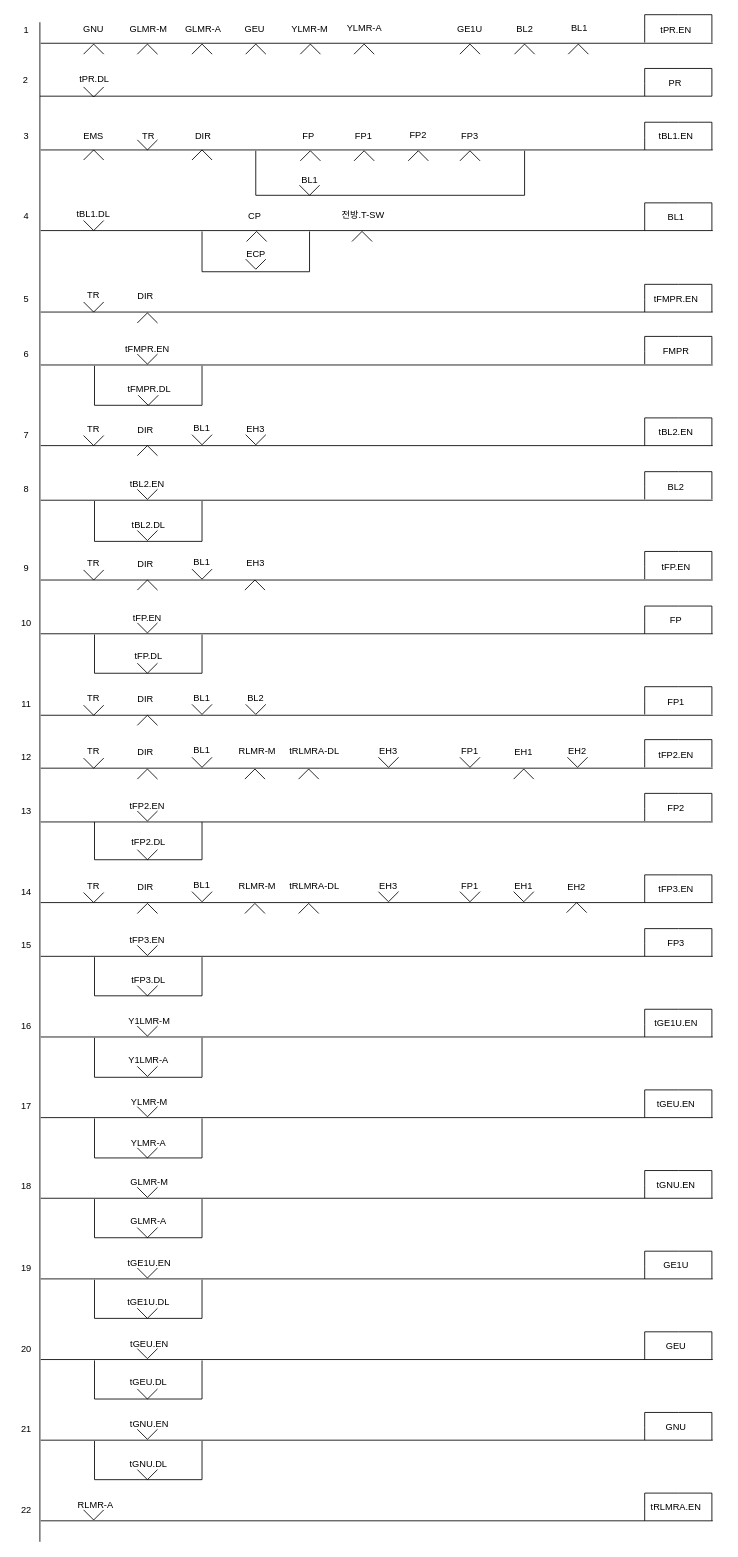
Above: page "신호제어로직" (1 of 6) of Untitled Diagram.drawio in chillin2/MyDraw.io (draw.io), before the change. Source tidied: cells renumbered, new cells numbered last; positions are measured from the earlier drawing's top-left corner, leaving out a move shared by most shapes. Both pictures are drawn from the tidied source at 84%, with x=0, y=0 at pixel (14, 14).
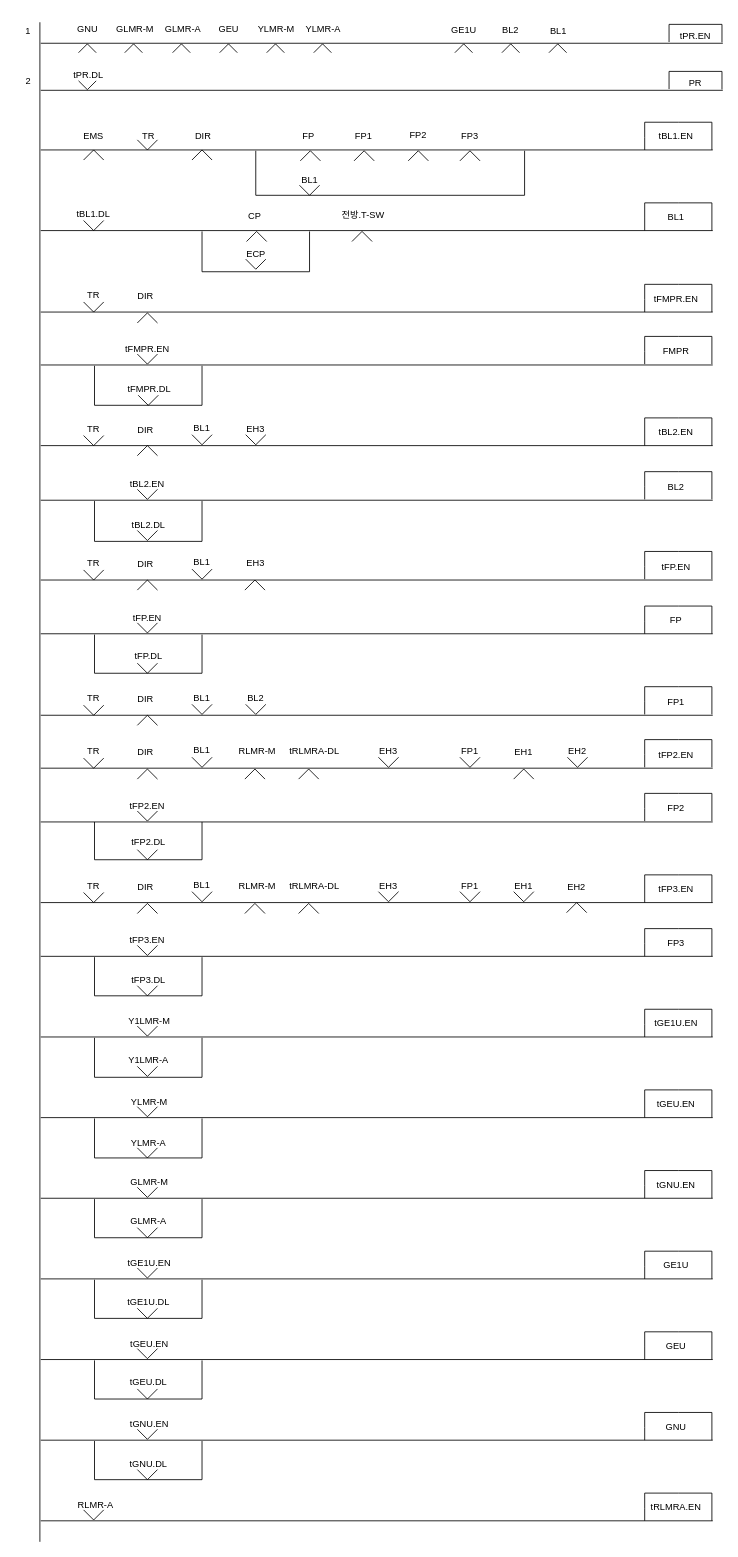
The same page after the edit.

Diff of the diagram source:
```diff
@@
     <mxCell id="2" style="endArrow=none;html=1;rounded=0;" parent="1" edge="1">
       <mxGeometry relative="1" as="geometry">
         <mxPoint x="31" y="34" as="sourcePoint" />
-        <mxPoint x="831" y="34" as="targetPoint" />
+        <mxPoint x="843" y="34" as="targetPoint" />
       </mxGeometry>
     </mxCell>
     <mxCell id="3" value="GNU" style="text;html=1;strokeColor=none;fillColor=none;align=center;verticalAlign=middle;whiteSpace=wrap;rounded=0;fontFamily=Helvetica;fontSize=11;fontColor=default;" parent="1" vertex="1">
-      <mxGeometry x="74" y="7" width="40" height="20" as="geometry" />
+      <mxGeometry x="67" y="10" width="40" height="14" as="geometry" />
     </mxCell>
-    <mxCell id="4" style="endArrow=none;html=1;rounded=0;labelBackgroundColor=default;fontFamily=Helvetica;fontSize=11;fontColor=default;startSize=3;endSize=3;sourcePerimeterSpacing=0;strokeColor=default;shape=connector;jumpStyle=none;jumpSize=6;" parent="1" edge="1">
-      <mxGeometry relative="1" as="geometry">
-        <mxPoint x="750" y="33" as="sourcePoint" />
-        <mxPoint x="830" y="33" as="targetPoint" />
-        <Array as="points">
-          <mxPoint x="750" y="18" />
-          <mxPoint x="750" />
-          <mxPoint x="790" />
-          <mxPoint x="830" />
-        </Array>
-      </mxGeometry>
-    </mxCell>
@@
-    <mxCell id="6" style="verticalLabelPosition=bottom;html=1;verticalAlign=top;align=center;shape=mxgraph.floorplan.windowBow;strokeWidth=1;direction=west;" parent="1" vertex="1">
-      <mxGeometry x="82" y="17" width="24" height="48" as="geometry" />
-    </mxCell>
     <mxCell id="7" value="GLMR-M" style="text;html=1;strokeColor=none;fillColor=none;align=center;verticalAlign=middle;whiteSpace=wrap;rounded=0;fontFamily=Helvetica;fontSize=11;fontColor=default;" parent="1" vertex="1">
-      <mxGeometry x="136" y="7" width="47" height="20" as="geometry" />
+      <mxGeometry x="120" y="10" width="47" height="14" as="geometry" />
     </mxCell>
-    <mxCell id="8" style="verticalLabelPosition=bottom;html=1;verticalAlign=top;align=center;shape=mxgraph.floorplan.windowBow;strokeWidth=1;direction=west;" parent="1" vertex="1">
-      <mxGeometry x="146" y="17" width="24" height="48" as="geometry" />
-    </mxCell>
-    <mxCell id="9" style="verticalLabelPosition=bottom;html=1;verticalAlign=top;align=center;shape=mxgraph.floorplan.windowBow;strokeWidth=1;direction=west;" parent="1" vertex="1">
-      <mxGeometry x="211" y="17" width="24" height="48" as="geometry" />
-    </mxCell>
-    <mxCell id="10" style="verticalLabelPosition=bottom;html=1;verticalAlign=top;align=center;shape=mxgraph.floorplan.windowBow;strokeWidth=1;direction=west;" parent="1" vertex="1">
-      <mxGeometry x="275" y="17" width="24" height="48" as="geometry" />
-    </mxCell>
-    <mxCell id="11" style="verticalLabelPosition=bottom;html=1;verticalAlign=top;align=center;shape=mxgraph.floorplan.windowBow;strokeWidth=1;direction=west;" parent="1" vertex="1">
-      <mxGeometry x="340" y="17" width="24" height="48" as="geometry" />
-    </mxCell>
-    <mxCell id="12" style="verticalLabelPosition=bottom;html=1;verticalAlign=top;align=center;shape=mxgraph.floorplan.windowBow;strokeWidth=1;direction=west;" parent="1" vertex="1">
-      <mxGeometry x="404" y="17" width="24" height="48" as="geometry" />
-    </mxCell>
-    <mxCell id="13" style="verticalLabelPosition=bottom;html=1;verticalAlign=top;align=center;shape=mxgraph.floorplan.windowBow;strokeWidth=1;direction=west;" parent="1" vertex="1">
-      <mxGeometry x="530" y="17" width="24" height="48" as="geometry" />
-    </mxCell>
-    <mxCell id="14" style="verticalLabelPosition=bottom;html=1;verticalAlign=top;align=center;shape=mxgraph.floorplan.windowBow;strokeWidth=1;direction=west;" parent="1" vertex="1">
-      <mxGeometry x="595" y="17" width="24" height="48" as="geometry" />
-    </mxCell>
-    <mxCell id="15" style="verticalLabelPosition=bottom;html=1;verticalAlign=top;align=center;shape=mxgraph.floorplan.windowBow;strokeWidth=1;direction=west;" parent="1" vertex="1">
-      <mxGeometry x="659" y="17" width="24" height="48" as="geometry" />
-    </mxCell>
     <mxCell id="16" value="GLMR-A" style="text;html=1;strokeColor=none;fillColor=none;align=center;verticalAlign=middle;whiteSpace=wrap;rounded=0;fontFamily=Helvetica;fontSize=11;fontColor=default;" parent="1" vertex="1">
-      <mxGeometry x="201" y="7" width="47" height="20" as="geometry" />
+      <mxGeometry x="177" y="10" width="47" height="14" as="geometry" />
     </mxCell>
     <mxCell id="17" value="GEU" style="text;html=1;strokeColor=none;fillColor=none;align=center;verticalAlign=middle;whiteSpace=wrap;rounded=0;fontFamily=Helvetica;fontSize=11;fontColor=default;" parent="1" vertex="1">
-      <mxGeometry x="266" y="7" width="40" height="20" as="geometry" />
+      <mxGeometry x="235" y="10" width="40" height="14" as="geometry" />
     </mxCell>
     <mxCell id="18" value="YLMR-M" style="text;html=1;strokeColor=none;fillColor=none;align=center;verticalAlign=middle;whiteSpace=wrap;rounded=0;fontFamily=Helvetica;fontSize=11;fontColor=default;" parent="1" vertex="1">
-      <mxGeometry x="328" y="7" width="47" height="20" as="geometry" />
+      <mxGeometry x="288" y="10" width="47" height="14" as="geometry" />
     </mxCell>
     <mxCell id="19" value="YLMR-A" style="text;html=1;strokeColor=none;fillColor=none;align=center;verticalAlign=middle;whiteSpace=wrap;rounded=0;fontFamily=Helvetica;fontSize=11;fontColor=default;" parent="1" vertex="1">
-      <mxGeometry x="393" y="6" width="47" height="20" as="geometry" />
+      <mxGeometry x="344" y="9" width="47" height="15" as="geometry" />
     </mxCell>
     <mxCell id="20" value="GE1U" style="text;html=1;strokeColor=none;fillColor=none;align=center;verticalAlign=middle;whiteSpace=wrap;rounded=0;fontFamily=Helvetica;fontSize=11;fontColor=default;" parent="1" vertex="1">
-      <mxGeometry x="522" y="7" width="40" height="20" as="geometry" />
+      <mxGeometry x="515" y="11" width="40" height="14" as="geometry" />
     </mxCell>
     <mxCell id="21" value="BL2" style="text;html=1;strokeColor=none;fillColor=none;align=center;verticalAlign=middle;whiteSpace=wrap;rounded=0;fontFamily=Helvetica;fontSize=11;fontColor=default;" parent="1" vertex="1">
-      <mxGeometry x="584" y="7" width="47" height="20" as="geometry" />
+      <mxGeometry x="567" y="11" width="47" height="14" as="geometry" />
     </mxCell>
     <mxCell id="22" value="BL1" style="text;html=1;strokeColor=none;fillColor=none;align=center;verticalAlign=middle;whiteSpace=wrap;rounded=0;fontFamily=Helvetica;fontSize=11;fontColor=default;" parent="1" vertex="1">
-      <mxGeometry x="649" y="6" width="47" height="20" as="geometry" />
+      <mxGeometry x="624" y="11" width="47" height="15" as="geometry" />
     </mxCell>
     <mxCell id="23" value="tPR.EN" style="text;html=1;strokeColor=none;fillColor=none;align=center;verticalAlign=middle;whiteSpace=wrap;rounded=0;fontFamily=Helvetica;fontSize=11;fontColor=default;" parent="1" vertex="1">
-      <mxGeometry x="764" y="8" width="47" height="20" as="geometry" />
+      <mxGeometry x="787" y="18" width="47" height="14" as="geometry" />
     </mxCell>
-    <mxCell id="24" style="endArrow=none;html=1;rounded=0;" parent="1" edge="1">
-      <mxGeometry relative="1" as="geometry">
-        <mxPoint x="30" y="97" as="sourcePoint" />
-        <mxPoint x="830" y="97" as="targetPoint" />
-      </mxGeometry>
-    </mxCell>
     <mxCell id="25" value="tPR.DL" style="text;html=1;strokeColor=none;fillColor=none;align=center;verticalAlign=middle;whiteSpace=wrap;rounded=0;fontFamily=Helvetica;fontSize=11;fontColor=default;" parent="1" vertex="1">
-      <mxGeometry x="75" y="67" width="40" height="20" as="geometry" />
+      <mxGeometry x="68" y="66" width="40" height="11" as="geometry" />
     </mxCell>
-    <mxCell id="26" style="endArrow=none;html=1;rounded=0;labelBackgroundColor=default;fontFamily=Helvetica;fontSize=11;fontColor=default;startSize=3;endSize=3;sourcePerimeterSpacing=0;strokeColor=default;shape=connector;jumpStyle=none;jumpSize=6;" parent="1" edge="1">
-      <mxGeometry relative="1" as="geometry">
-        <mxPoint x="750" y="97" as="sourcePoint" />
-        <mxPoint x="830" y="97" as="targetPoint" />
-        <Array as="points">
-          <mxPoint x="750" y="82" />
-          <mxPoint x="750" y="64" />
-          <mxPoint x="792" y="64" />
-          <mxPoint x="830" y="64" />
-        </Array>
-      </mxGeometry>
-    </mxCell>
-    <mxCell id="27" style="verticalLabelPosition=bottom;html=1;verticalAlign=top;align=center;shape=mxgraph.floorplan.windowBow;strokeWidth=1;direction=east;" parent="1" vertex="1">
-      <mxGeometry x="82" y="68" width="24" height="48" as="geometry" />
-    </mxCell>
     <mxCell id="28" value="PR" style="text;html=1;strokeColor=none;fillColor=none;align=center;verticalAlign=middle;whiteSpace=wrap;rounded=0;fontFamily=Helvetica;fontSize=11;fontColor=default;" parent="1" vertex="1">
-      <mxGeometry x="763" y="71" width="47" height="20" as="geometry" />
+      <mxGeometry x="787" y="74" width="47" height="13" as="geometry" />
     </mxCell>
@@
     <mxCell id="236" value="1" style="text;html=1;strokeColor=none;fillColor=none;align=center;verticalAlign=middle;whiteSpace=wrap;rounded=0;fontFamily=Helvetica;fontSize=11;fontColor=default;" parent="1" vertex="1">
-      <mxGeometry x="1" y="8" width="26" height="20" as="geometry" />
+      <mxGeometry x="6" y="10" width="20" height="20" as="geometry" />
     </mxCell>
     <mxCell id="237" value="2" style="text;html=1;strokeColor=none;fillColor=none;align=center;verticalAlign=middle;whiteSpace=wrap;rounded=0;fontFamily=Helvetica;fontSize=11;fontColor=default;" parent="1" vertex="1">
-      <mxGeometry y="68" width="26" height="20" as="geometry" />
+      <mxGeometry x="6" y="71" width="21" height="16" as="geometry" />
     </mxCell>
-    <mxCell id="238" value="3" style="text;html=1;strokeColor=none;fillColor=none;align=center;verticalAlign=middle;whiteSpace=wrap;rounded=0;fontFamily=Helvetica;fontSize=11;fontColor=default;" parent="1" vertex="1">
-      <mxGeometry x="1" y="134" width="26" height="20" as="geometry" />
-    </mxCell>
-    <mxCell id="239" value="4" style="text;html=1;strokeColor=none;fillColor=none;align=center;verticalAlign=middle;whiteSpace=wrap;rounded=0;fontFamily=Helvetica;fontSize=11;fontColor=default;" parent="1" vertex="1">
-      <mxGeometry x="1" y="230" width="26" height="20" as="geometry" />
-    </mxCell>
-    <mxCell id="240" value="5" style="text;html=1;strokeColor=none;fillColor=none;align=center;verticalAlign=middle;whiteSpace=wrap;rounded=0;fontFamily=Helvetica;fontSize=11;fontColor=default;" parent="1" vertex="1">
-      <mxGeometry x="1" y="328" width="26" height="20" as="geometry" />
-    </mxCell>
-    <mxCell id="241" value="6" style="text;html=1;strokeColor=none;fillColor=none;align=center;verticalAlign=middle;whiteSpace=wrap;rounded=0;fontFamily=Helvetica;fontSize=11;fontColor=default;" parent="1" vertex="1">
-      <mxGeometry x="1" y="394" width="26" height="20" as="geometry" />
-    </mxCell>
-    <mxCell id="242" value="7" style="text;html=1;strokeColor=none;fillColor=none;align=center;verticalAlign=middle;whiteSpace=wrap;rounded=0;fontFamily=Helvetica;fontSize=11;fontColor=default;" parent="1" vertex="1">
-      <mxGeometry x="1" y="490" width="26" height="20" as="geometry" />
-    </mxCell>
-    <mxCell id="243" value="8" style="text;html=1;strokeColor=none;fillColor=none;align=center;verticalAlign=middle;whiteSpace=wrap;rounded=0;fontFamily=Helvetica;fontSize=11;fontColor=default;" parent="1" vertex="1">
-      <mxGeometry x="1" y="555" width="26" height="20" as="geometry" />
-    </mxCell>
-    <mxCell id="244" value="9" style="text;html=1;strokeColor=none;fillColor=none;align=center;verticalAlign=middle;whiteSpace=wrap;rounded=0;fontFamily=Helvetica;fontSize=11;fontColor=default;" parent="1" vertex="1">
-      <mxGeometry x="1" y="649" width="26" height="20" as="geometry" />
-    </mxCell>
-    <mxCell id="245" value="10" style="text;html=1;strokeColor=none;fillColor=none;align=center;verticalAlign=middle;whiteSpace=wrap;rounded=0;fontFamily=Helvetica;fontSize=11;fontColor=default;" parent="1" vertex="1">
-      <mxGeometry x="1" y="714" width="26" height="20" as="geometry" />
-    </mxCell>
-    <mxCell id="246" value="11" style="text;html=1;strokeColor=none;fillColor=none;align=center;verticalAlign=middle;whiteSpace=wrap;rounded=0;fontFamily=Helvetica;fontSize=11;fontColor=default;" parent="1" vertex="1">
-      <mxGeometry x="1" y="811" width="26" height="20" as="geometry" />
-    </mxCell>
-    <mxCell id="247" value="12" style="text;html=1;strokeColor=none;fillColor=none;align=center;verticalAlign=middle;whiteSpace=wrap;rounded=0;fontFamily=Helvetica;fontSize=11;fontColor=default;" parent="1" vertex="1">
-      <mxGeometry x="1" y="874" width="26" height="20" as="geometry" />
-    </mxCell>
-    <mxCell id="248" value="13" style="text;html=1;strokeColor=none;fillColor=none;align=center;verticalAlign=middle;whiteSpace=wrap;rounded=0;fontFamily=Helvetica;fontSize=11;fontColor=default;" parent="1" vertex="1">
-      <mxGeometry x="1" y="938" width="26" height="20" as="geometry" />
-    </mxCell>
-    <mxCell id="249" value="14" style="text;html=1;strokeColor=none;fillColor=none;align=center;verticalAlign=middle;whiteSpace=wrap;rounded=0;fontFamily=Helvetica;fontSize=11;fontColor=default;" parent="1" vertex="1">
-      <mxGeometry x="1" y="1034" width="26" height="20" as="geometry" />
-    </mxCell>
-    <mxCell id="250" value="15" style="text;html=1;strokeColor=none;fillColor=none;align=center;verticalAlign=middle;whiteSpace=wrap;rounded=0;fontFamily=Helvetica;fontSize=11;fontColor=default;" parent="1" vertex="1">
-      <mxGeometry x="1" y="1098" width="26" height="20" as="geometry" />
-    </mxCell>
-    <mxCell id="251" value="16" style="text;html=1;strokeColor=none;fillColor=none;align=center;verticalAlign=middle;whiteSpace=wrap;rounded=0;fontFamily=Helvetica;fontSize=11;fontColor=default;" parent="1" vertex="1">
-      <mxGeometry x="1" y="1194" width="26" height="20" as="geometry" />
-    </mxCell>
-    <mxCell id="252" value="17" style="text;html=1;strokeColor=none;fillColor=none;align=center;verticalAlign=middle;whiteSpace=wrap;rounded=0;fontFamily=Helvetica;fontSize=11;fontColor=default;" parent="1" vertex="1">
-      <mxGeometry x="1" y="1289" width="26" height="20" as="geometry" />
-    </mxCell>
-    <mxCell id="253" value="18" style="text;html=1;strokeColor=none;fillColor=none;align=center;verticalAlign=middle;whiteSpace=wrap;rounded=0;fontFamily=Helvetica;fontSize=11;fontColor=default;" parent="1" vertex="1">
-      <mxGeometry x="1" y="1385" width="26" height="20" as="geometry" />
-    </mxCell>
-    <mxCell id="254" value="19" style="text;html=1;strokeColor=none;fillColor=none;align=center;verticalAlign=middle;whiteSpace=wrap;rounded=0;fontFamily=Helvetica;fontSize=11;fontColor=default;" parent="1" vertex="1">
-      <mxGeometry x="1" y="1482" width="26" height="20" as="geometry" />
-    </mxCell>
-    <mxCell id="255" value="20" style="text;html=1;strokeColor=none;fillColor=none;align=center;verticalAlign=middle;whiteSpace=wrap;rounded=0;fontFamily=Helvetica;fontSize=11;fontColor=default;" parent="1" vertex="1">
-      <mxGeometry x="1" y="1578" width="26" height="20" as="geometry" />
-    </mxCell>
-    <mxCell id="256" value="21" style="text;html=1;strokeColor=none;fillColor=none;align=center;verticalAlign=middle;whiteSpace=wrap;rounded=0;fontFamily=Helvetica;fontSize=11;fontColor=default;" parent="1" vertex="1">
-      <mxGeometry x="1" y="1674" width="26" height="20" as="geometry" />
-    </mxCell>
-    <mxCell id="257" value="22" style="text;html=1;strokeColor=none;fillColor=none;align=center;verticalAlign=middle;whiteSpace=wrap;rounded=0;fontFamily=Helvetica;fontSize=11;fontColor=default;" parent="1" vertex="1">
-      <mxGeometry x="1" y="1770" width="26" height="20" as="geometry" />
-    </mxCell>
+    <mxCell id="258" style="endArrow=none;html=1;rounded=0;labelBackgroundColor=default;fontFamily=Helvetica;fontSize=11;fontColor=default;startSize=3;endSize=3;sourcePerimeterSpacing=0;strokeColor=default;shape=connector;jumpStyle=none;jumpSize=6;" parent="1" edge="1">
+      <mxGeometry relative="1" as="geometry">
+        <mxPoint x="779" y="32.5" as="sourcePoint" />
+        <mxPoint x="842" y="33" as="targetPoint" />
+        <Array as="points">
+          <mxPoint x="779" y="11.5" />
+          <mxPoint x="842" y="11.5" />
+        </Array>
+      </mxGeometry>
+    </mxCell>
+    <mxCell id="259" style="endArrow=none;html=1;rounded=0;" parent="1" edge="1">
+      <mxGeometry relative="1" as="geometry">
+        <mxPoint x="31" y="90" as="sourcePoint" />
+        <mxPoint x="843" y="90" as="targetPoint" />
+      </mxGeometry>
+    </mxCell>
+    <mxCell id="260" style="endArrow=none;html=1;rounded=0;labelBackgroundColor=default;fontFamily=Helvetica;fontSize=11;fontColor=default;startSize=3;endSize=3;sourcePerimeterSpacing=0;strokeColor=default;shape=connector;jumpStyle=none;jumpSize=6;" parent="1" edge="1">
+      <mxGeometry relative="1" as="geometry">
+        <mxPoint x="779" y="88.5" as="sourcePoint" />
+        <mxPoint x="842" y="89" as="targetPoint" />
+        <Array as="points">
+          <mxPoint x="779" y="67.5" />
+          <mxPoint x="842" y="67.5" />
+        </Array>
+      </mxGeometry>
+    </mxCell>
+    <mxCell id="261" style="verticalLabelPosition=bottom;html=1;verticalAlign=top;align=center;shape=mxgraph.floorplan.windowBow;strokeWidth=1;fontSize=11;direction=west;" parent="1" vertex="1">
+      <mxGeometry x="76" y="34.5" width="21" height="11" as="geometry" />
+    </mxCell>
+    <mxCell id="262" style="verticalLabelPosition=bottom;html=1;verticalAlign=top;align=center;shape=mxgraph.floorplan.windowBow;strokeWidth=1;fontSize=11;direction=west;" parent="1" vertex="1">
+      <mxGeometry x="131" y="34.5" width="21" height="11" as="geometry" />
+    </mxCell>
+    <mxCell id="263" style="verticalLabelPosition=bottom;html=1;verticalAlign=top;align=center;shape=mxgraph.floorplan.windowBow;strokeWidth=1;fontSize=11;direction=west;" parent="1" vertex="1">
+      <mxGeometry x="188" y="34.5" width="21" height="11" as="geometry" />
+    </mxCell>
+    <mxCell id="264" style="verticalLabelPosition=bottom;html=1;verticalAlign=top;align=center;shape=mxgraph.floorplan.windowBow;strokeWidth=1;fontSize=11;direction=west;" parent="1" vertex="1">
+      <mxGeometry x="244" y="34.5" width="21" height="11" as="geometry" />
+    </mxCell>
+    <mxCell id="265" style="verticalLabelPosition=bottom;html=1;verticalAlign=top;align=center;shape=mxgraph.floorplan.windowBow;strokeWidth=1;fontSize=11;direction=west;" parent="1" vertex="1">
+      <mxGeometry x="300" y="34.5" width="21" height="11" as="geometry" />
+    </mxCell>
+    <mxCell id="266" style="verticalLabelPosition=bottom;html=1;verticalAlign=top;align=center;shape=mxgraph.floorplan.windowBow;strokeWidth=1;fontSize=11;direction=west;" parent="1" vertex="1">
+      <mxGeometry x="356" y="34.5" width="21" height="11" as="geometry" />
+    </mxCell>
+    <mxCell id="267" style="verticalLabelPosition=bottom;html=1;verticalAlign=top;align=center;shape=mxgraph.floorplan.windowBow;strokeWidth=1;fontSize=11;direction=west;" parent="1" vertex="1">
+      <mxGeometry x="524" y="34.5" width="21" height="11" as="geometry" />
+    </mxCell>
+    <mxCell id="268" style="verticalLabelPosition=bottom;html=1;verticalAlign=top;align=center;shape=mxgraph.floorplan.windowBow;strokeWidth=1;fontSize=11;direction=west;" parent="1" vertex="1">
+      <mxGeometry x="580" y="34.5" width="21" height="11" as="geometry" />
+    </mxCell>
+    <mxCell id="269" style="verticalLabelPosition=bottom;html=1;verticalAlign=top;align=center;shape=mxgraph.floorplan.windowBow;strokeWidth=1;fontSize=11;direction=west;" parent="1" vertex="1">
+      <mxGeometry x="636" y="34.5" width="21" height="11" as="geometry" />
+    </mxCell>
+    <mxCell id="270" style="verticalLabelPosition=bottom;html=1;verticalAlign=top;align=center;shape=mxgraph.floorplan.windowBow;strokeWidth=1;fontSize=11;direction=east;" parent="1" vertex="1">
+      <mxGeometry x="76" y="78.5" width="21" height="11" as="geometry" />
+    </mxCell>
```
